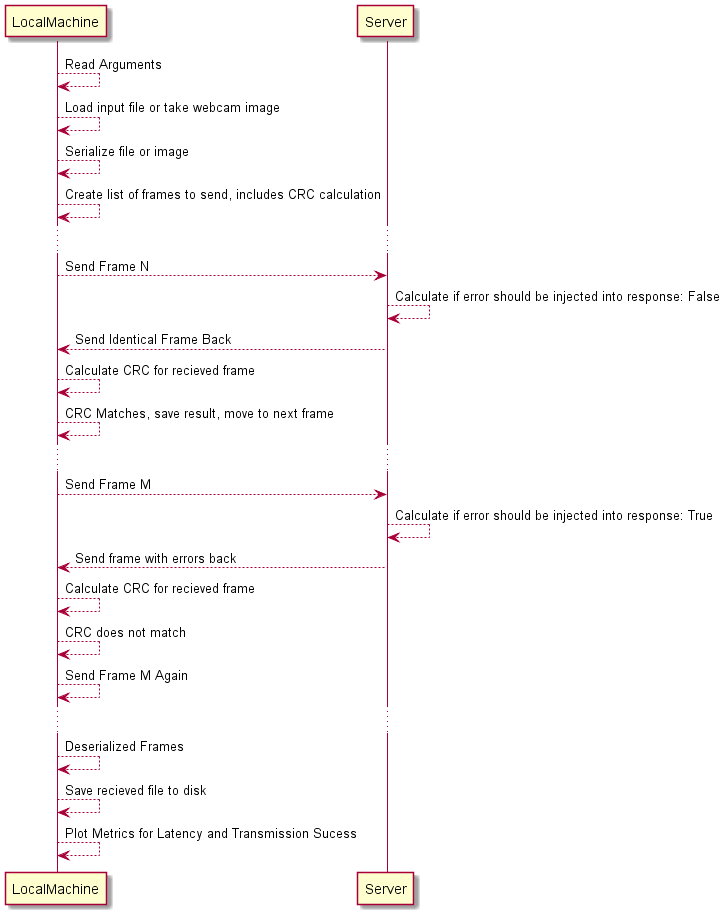
This is diagrams/sequence_diagram.png from mikebowyer/ECE_570_Project_2, a PlantUML export, as it was before one commit.
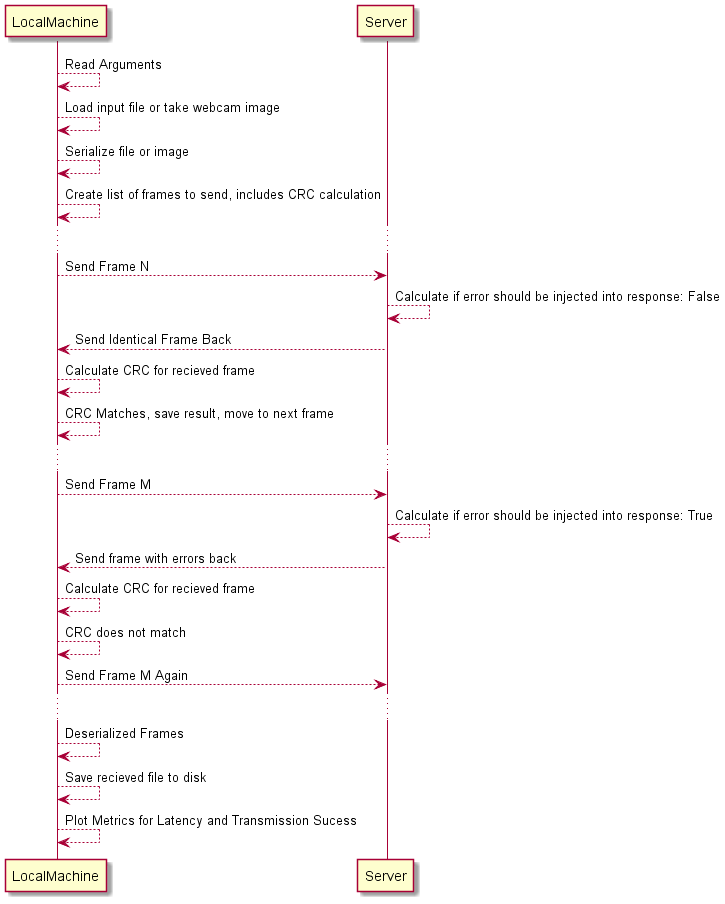
Later version of the same file.

What changed in the source:
```diff
@@ -19,7 +19,7 @@
 Server --> LocalMachine: Send frame with errors back
 LocalMachine --> LocalMachine: Calculate CRC for recieved frame
 LocalMachine --> LocalMachine: CRC does not match
-LocalMachine --> LocalMachine: Send Frame M Again
+LocalMachine --> Server: Send Frame M Again
 
 ...
 
```
